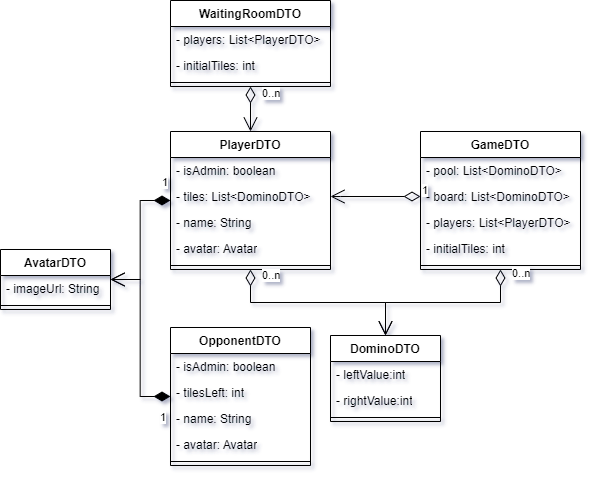
Before: docs/imgs/CD_dtos.png, a diagram exported from draw.io (SilverFlin/DominosPizza). Source tidied: cells renumbered, new cells last; positions are measured from the earlier drawing's top-left corner, leaving out a move shared by most shapes.
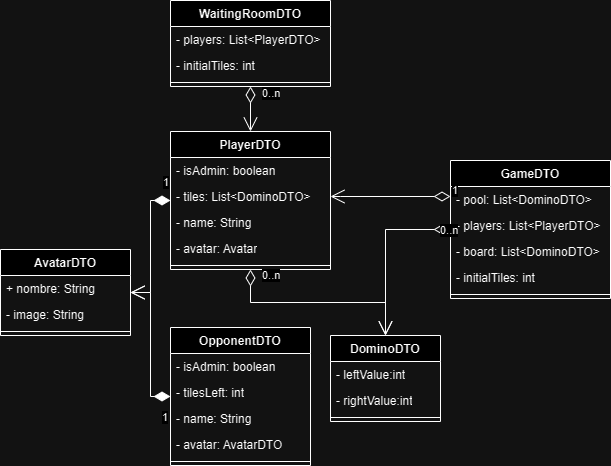
After the commit.

Diff of the diagram source:
```diff
@@ -15,17 +15,17 @@
       <mxGeometry y="78" width="110" height="8" as="geometry" />
     </mxCell>
     <mxCell id="6" value="&lt;b style=&quot;border-color: var(--border-color);&quot;&gt;GameDTO&lt;br&gt;&lt;/b&gt;" style="swimlane;fontStyle=1;align=center;verticalAlign=top;horizontal=1;startSize=26;whiteSpace=wrap;html=1;" parent="1" vertex="1">
-      <mxGeometry x="420" y="131" width="160" height="138" as="geometry" />
+      <mxGeometry x="450" y="160" width="160" height="138" as="geometry" />
     </mxCell>
     <mxCell id="7" value="- pool: List&amp;lt;DominoDTO&amp;gt;" style="text;align=left;verticalAlign=top;spacingLeft=4;spacingRight=4;overflow=hidden;whiteSpace=wrap;html=1;" parent="6" vertex="1">
       <mxGeometry y="26" width="160" height="26" as="geometry" />
     </mxCell>
+    <mxCell id="9" value="- players: List&amp;lt;PlayerDTO&amp;gt;" style="text;align=left;verticalAlign=top;spacingLeft=4;spacingRight=4;overflow=hidden;whiteSpace=wrap;html=1;" parent="6" vertex="1">
+      <mxGeometry y="52" width="160" height="26" as="geometry" />
+    </mxCell>
     <mxCell id="8" value="- board: List&amp;lt;DominoDTO&amp;gt;" style="text;align=left;verticalAlign=top;spacingLeft=4;spacingRight=4;overflow=hidden;whiteSpace=wrap;html=1;" parent="6" vertex="1">
-      <mxGeometry y="52" width="160" height="26" as="geometry" />
+      <mxGeometry y="78" width="160" height="26" as="geometry" />
     </mxCell>
-    <mxCell id="9" value="- players: List&amp;lt;PlayerDTO&amp;gt;" style="text;align=left;verticalAlign=top;spacingLeft=4;spacingRight=4;overflow=hidden;whiteSpace=wrap;html=1;" parent="6" vertex="1">
-      <mxGeometry y="78" width="160" height="26" as="geometry" />
-    </mxCell>
     <mxCell id="10" value="- initialTiles: int" style="text;align=left;verticalAlign=top;spacingLeft=4;spacingRight=4;overflow=hidden;whiteSpace=wrap;html=1;" parent="6" vertex="1">
       <mxGeometry y="104" width="160" height="26" as="geometry" />
     </mxCell>
@@ -62,7 +62,7 @@
     <mxCell id="21" value="- name: String" style="text;align=left;verticalAlign=top;spacingLeft=4;spacingRight=4;overflow=hidden;whiteSpace=wrap;html=1;" parent="18" vertex="1">
       <mxGeometry y="78" width="140" height="26" as="geometry" />
     </mxCell>
-    <mxCell id="22" value="- avatar: Avatar" style="text;align=left;verticalAlign=top;spacingLeft=4;spacingRight=4;overflow=hidden;whiteSpace=wrap;html=1;" parent="18" vertex="1">
+    <mxCell id="22" value="- avatar: AvatarDTO" style="text;align=left;verticalAlign=top;spacingLeft=4;spacingRight=4;overflow=hidden;whiteSpace=wrap;html=1;" parent="18" vertex="1">
       <mxGeometry y="104" width="140" height="26" as="geometry" />
     </mxCell>
     <mxCell id="23" style="line;strokeWidth=1;align=left;verticalAlign=middle;spacingTop=-1;spacingLeft=3;spacingRight=3;labelPosition=right;" parent="18" vertex="1">
@@ -98,13 +98,16 @@
       <mxGeometry x="-0.28" y="10" relative="1" as="geometry" />
     </mxCell>
     <mxCell id="32" value="&lt;b style=&quot;border-color: var(--border-color);&quot;&gt;AvatarDTO&lt;br&gt;&lt;/b&gt;" style="swimlane;fontStyle=1;align=center;verticalAlign=top;horizontal=1;startSize=26;whiteSpace=wrap;html=1;" parent="1" vertex="1">
-      <mxGeometry y="249" width="110" height="60" as="geometry" />
+      <mxGeometry y="249" width="130" height="86" as="geometry" />
     </mxCell>
+    <mxCell id="37" value="+ nombre: String" style="text;strokeColor=none;fillColor=none;align=left;verticalAlign=top;spacingLeft=4;spacingRight=4;overflow=hidden;whiteSpace=wrap;html=1;" parent="32" vertex="1">
+      <mxGeometry y="26" width="130" height="26" as="geometry" />
+    </mxCell>
-    <mxCell id="33" value="- imageUrl: String" style="text;align=left;verticalAlign=top;spacingLeft=4;spacingRight=4;overflow=hidden;whiteSpace=wrap;html=1;" parent="32" vertex="1">
-      <mxGeometry y="26" width="110" height="26" as="geometry" />
+    <mxCell id="33" value="- image: String" style="text;align=left;verticalAlign=top;spacingLeft=4;spacingRight=4;overflow=hidden;whiteSpace=wrap;html=1;" parent="32" vertex="1">
+      <mxGeometry y="52" width="130" height="26" as="geometry" />
     </mxCell>
     <mxCell id="34" style="line;strokeWidth=1;align=left;verticalAlign=middle;spacingTop=-1;spacingLeft=3;spacingRight=3;labelPosition=right;" parent="32" vertex="1">
-      <mxGeometry y="52" width="110" height="8" as="geometry" />
+      <mxGeometry y="78" width="130" height="8" as="geometry" />
     </mxCell>
     <mxCell id="35" value="1" style="endArrow=open;html=1;endSize=12;startArrow=diamondThin;startSize=14;startFill=1;edgeStyle=elbowEdgeStyle;align=left;verticalAlign=bottom;rounded=0;" parent="1" edge="1" source="18" target="32">
       <mxGeometry x="-0.86" y="30" relative="1" as="geometry" />
```
